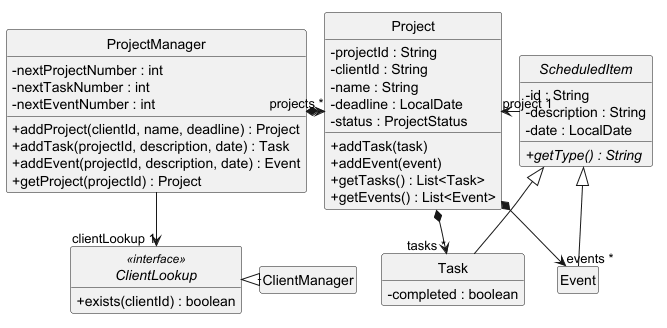
AY2627S1-CS2113-T10-3/tp keeps this PlantUML diagram as docs/images/CreationModelClassDiagram.png. Above is the earlier version.
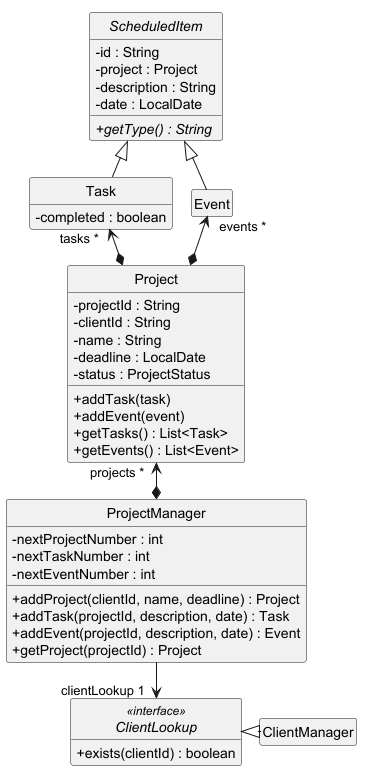
Above is the later version.

Commit message:
Redraw creation model class diagram without crossing arrows

Place ScheduledItem above Task and Event, Project below them, and the
managers at the bottom, so the inheritance arrows point up to the
superclass.

Show ScheduledItem's reference to its project as a field instead of an
arrow, because that arrow crossed the composition lines and crowded
their labels.

Pad the role names and widen the spacing so no multiplicity overlaps
an arrowhead.

Diff of the diagram source:
```diff
@@ -3,6 +3,34 @@
 hide circle
 hide empty members
 skinparam classAttributeIconSize 0
+skinparam nodesep 60
+skinparam ranksep 70
+
+abstract class ScheduledItem {
+  -id : String
+  -project : Project
+  -description : String
+  -date : LocalDate
+  {abstract} +getType() : String
+}
+
+class Task {
+  -completed : boolean
+}
+
+class Event
+
+class Project {
+  -projectId : String
+  -clientId : String
+  -name : String
+  -deadline : LocalDate
+  -status : ProjectStatus
+  +addTask(task)
+  +addEvent(event)
+  +getTasks() : List<Task>
+  +getEvents() : List<Event>
+}
 
 class ProjectManager {
   -nextProjectNumber : int
@@ -20,37 +48,13 @@
 
 class ClientManager
 
-class Project {
-  -projectId : String
-  -clientId : String
-  -name : String
-  -deadline : LocalDate
-  -status : ProjectStatus
-  +addTask(task)
-  +addEvent(event)
-  +getTasks() : List<Task>
-  +getEvents() : List<Event>
-}
-
-abstract class ScheduledItem {
-  -id : String
-  -description : String
-  -date : LocalDate
-  {abstract} +getType() : String
-}
-
-class Task {
-  -completed : boolean
-}
-
-class Event
-
-ProjectManager -down-> "clientLookup 1" ClientLookup
-ClientManager .left.|> ClientLookup
-ProjectManager *-right-> "projects *" Project
-Project *-down-> "tasks *" Task
-Project *-down-> "events *" Event
-ScheduledItem -left-> "project 1" Project
 Task -up-|> ScheduledItem
 Event -up-|> ScheduledItem
+
+Project *-up-> "tasks *   " Task
+Project *-up-> "   events *" Event
+
+ProjectManager *-up-> "projects *   " Project
+ProjectManager -down-> "clientLookup 1   " ClientLookup
+ClientManager .left.|> ClientLookup
 @enduml
```
